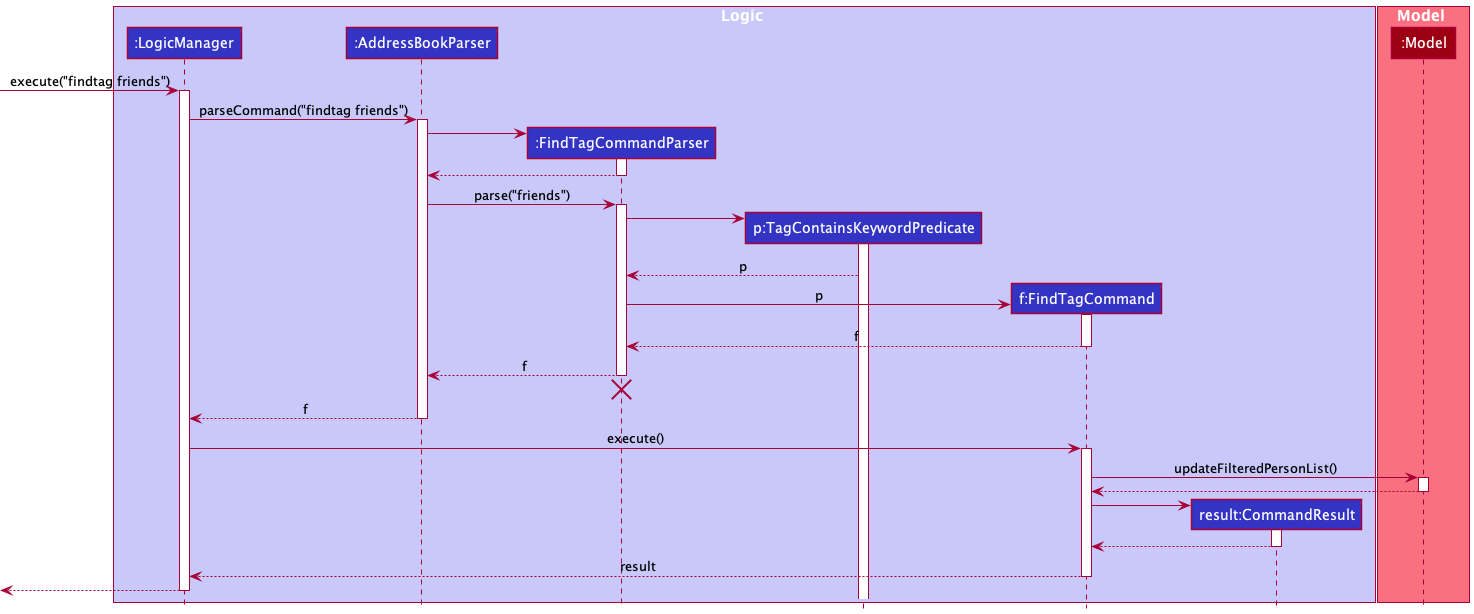
The PlantUML diagram docs/images/FindTagSequenceDiagram.png in weijuey/tp, before a commit.
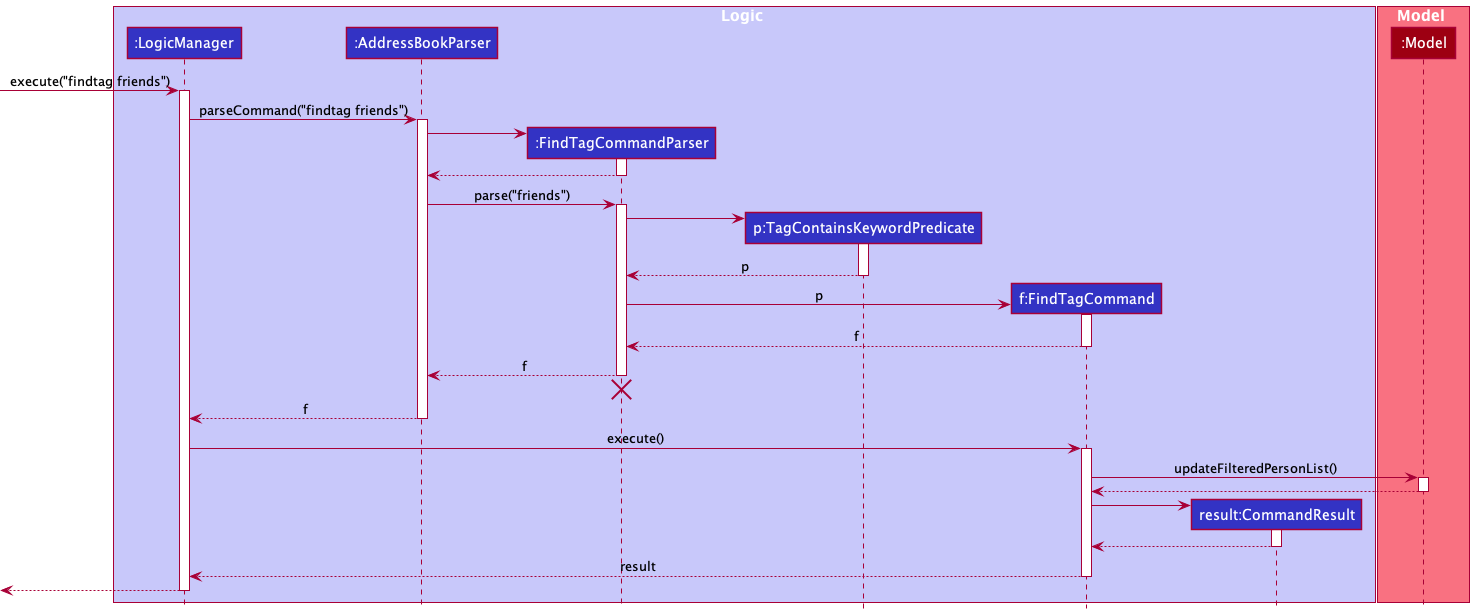
The same file after the commit.

Commit message:
Fix bug in FindTagSequenceDiagram and added note in dg to include PlantUML limitation for lifeline after destruction

Diff of the diagram source:
```diff
@@ -36,6 +36,7 @@
 activate TagContainsKeywordPredicate
 
 TagContainsKeywordPredicate --> FindTagCommandParser : p
+deactivate TagContainsKeywordPredicate
 
 create FindTagCommand
 FindTagCommandParser -> FindTagCommand : p
```
